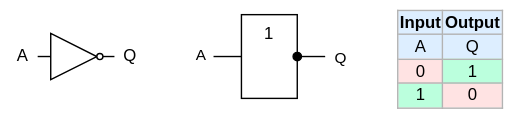
The draw.io diagram .pic/Introduction/How FPGA works/fig_04.drawio.svg in MPSU/APS, before a commit. Source tidied: cells renumbered, new cells last; positions are measured from the earlier drawing's top-left corner, leaving out a move shared by most shapes.
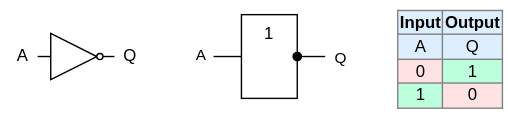
The same diagram one commit later.

Change to the diagram source:
```diff
@@ -34,7 +34,7 @@
         <mxPoint x="14" y="1" as="offset" />
       </mxGeometry>
     </mxCell>
-    <mxCell id="10" value="&lt;table border=&quot;1&quot; class=&quot;wikitable&quot; style=&quot;float: right; border: 1px solid rgb(179, 179, 179); border-collapse: collapse;&quot;&gt;&lt;tbody&gt;&lt;tr style=&quot;background:#def; text-align:center;&quot;&gt;&lt;td&gt;&lt;b&gt;Input&lt;/b&gt;&lt;/td&gt;&lt;td&gt;&lt;b&gt;Output&lt;/b&gt;&lt;br&gt;&lt;/td&gt;&lt;/tr&gt;&lt;tr style=&quot;background:#def; text-align:center;&quot;&gt;&lt;td&gt;A&lt;/td&gt;&lt;td&gt;Q&lt;br&gt;&lt;/td&gt;&lt;/tr&gt;&lt;tr&gt;&lt;td style=&quot;background: #FFE3E3; color: black; vertical-align: middle; text-align: center;&quot; class=&quot;table-no2&quot;&gt;0&lt;/td&gt;&lt;td style=&quot;background:#bfd; color:black; vertical-align:middle; text-align:center;&quot; class=&quot;table-yes2&quot;&gt;1&lt;br&gt;&lt;/td&gt;&lt;/tr&gt;&lt;tr&gt;&lt;td style=&quot;background:#bfd; color:black; vertical-align:middle; text-align:center;&quot; class=&quot;table-yes2&quot;&gt;1&lt;/td&gt;&lt;td style=&quot;background: #FFE3E3; color: black; vertical-align: middle; text-align: center;&quot; class=&quot;table-no2&quot;&gt;0&lt;br&gt;&lt;/td&gt;&lt;/tr&gt;&lt;/tbody&gt;&lt;/table&gt;" style="text;whiteSpace=wrap;html=1;" parent="1" vertex="1">
+    <mxCell id="10" value="&lt;table border=&quot;1&quot; class=&quot;wikitable&quot; style=&quot;float: right; border: 1px solid rgb(128, 128, 128); border-collapse: collapse;&quot;&gt;&lt;tbody&gt;&lt;tr style=&quot;background:#def; text-align:center;&quot;&gt;&lt;td style=&quot;border: 1px solid rgb(128, 128, 128);&quot;&gt;&lt;b&gt;Input&lt;/b&gt;&lt;/td&gt;&lt;td style=&quot;border: 1px solid rgb(128, 128, 128);&quot;&gt;&lt;b&gt;Output&lt;/b&gt;&lt;br&gt;&lt;/td&gt;&lt;/tr&gt;&lt;tr style=&quot;background:#def; text-align:center;&quot;&gt;&lt;td style=&quot;border: 1px solid rgb(128, 128, 128);&quot;&gt;A&lt;/td&gt;&lt;td style=&quot;border: 1px solid rgb(128, 128, 128);&quot;&gt;Q&lt;br&gt;&lt;/td&gt;&lt;/tr&gt;&lt;tr&gt;&lt;td style=&quot;background: #FFE3E3; color: black; vertical-align: middle; text-align: center; border: 1px solid rgb(128, 128, 128);&quot; class=&quot;table-no2&quot;&gt;0&lt;/td&gt;&lt;td style=&quot;background:#bfd; color:black; vertical-align:middle; text-align:center; border: 1px solid rgb(128, 128, 128);&quot; class=&quot;table-yes2&quot;&gt;1&lt;br&gt;&lt;/td&gt;&lt;/tr&gt;&lt;tr&gt;&lt;td style=&quot;background:#bfd; color:black; vertical-align:middle; text-align:center; border: 1px solid rgb(128, 128, 128);&quot; class=&quot;table-yes2&quot;&gt;1&lt;/td&gt;&lt;td style=&quot;background: #FFE3E3; color: black; vertical-align: middle; text-align: center; border: 1px solid rgb(128, 128, 128);&quot; class=&quot;table-no2&quot;&gt;0&lt;br&gt;&lt;/td&gt;&lt;/tr&gt;&lt;/tbody&gt;&lt;/table&gt;" style="text;whiteSpace=wrap;html=1;" parent="1" vertex="1">
       <mxGeometry x="282" width="80" height="90" as="geometry" />
     </mxCell>
   </root>
```
